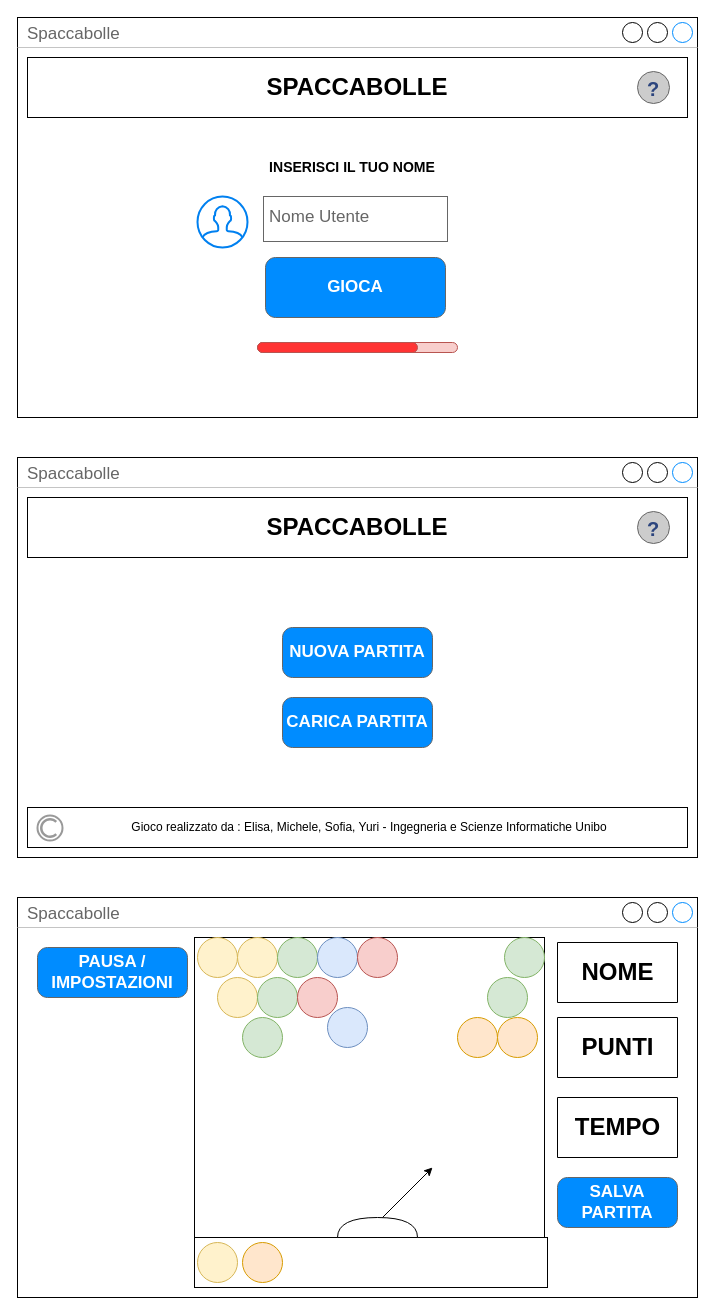
Before: Interfaccia Grafica Gioco.drawio in elisasimoni/SpaccaBolle, a draw.io diagram. Source tidied: cells renumbered, new cells numbered last; positions are measured from the earlier drawing's top-left corner, leaving out a move shared by most shapes. Both pictures are drawn from the tidied source at 100%, with x=0, y=0 at pixel (17, 17).
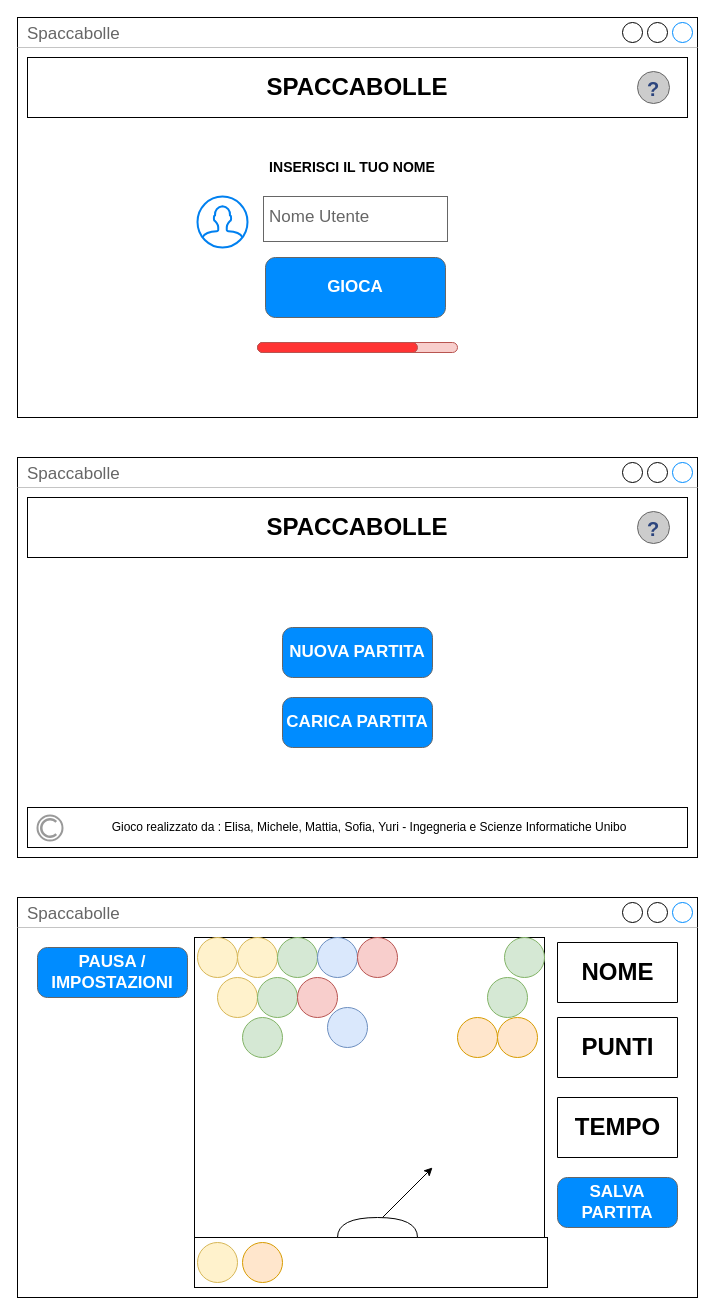
The same diagram, later.

The edit, as a diff of the source:
```diff
@@
-    <mxCell id="18" value="Gioco realizzato da : Elisa, Michele, Sofia, Yuri - Ingegneria e Scienze Informatiche Unibo" style="text;html=1;strokeColor=none;fillColor=none;align=center;verticalAlign=middle;whiteSpace=wrap;rounded=0;" parent="1" vertex="1">
+    <mxCell id="18" value="Gioco realizzato da : Elisa, Michele, Mattia, Sofia, Yuri - Ingegneria e Scienze Informatiche Unibo" style="text;html=1;strokeColor=none;fillColor=none;align=center;verticalAlign=middle;whiteSpace=wrap;rounded=0;" parent="1" vertex="1">
       <mxGeometry x="52" y="800" width="600" height="20" as="geometry" />
     </mxCell>
```
